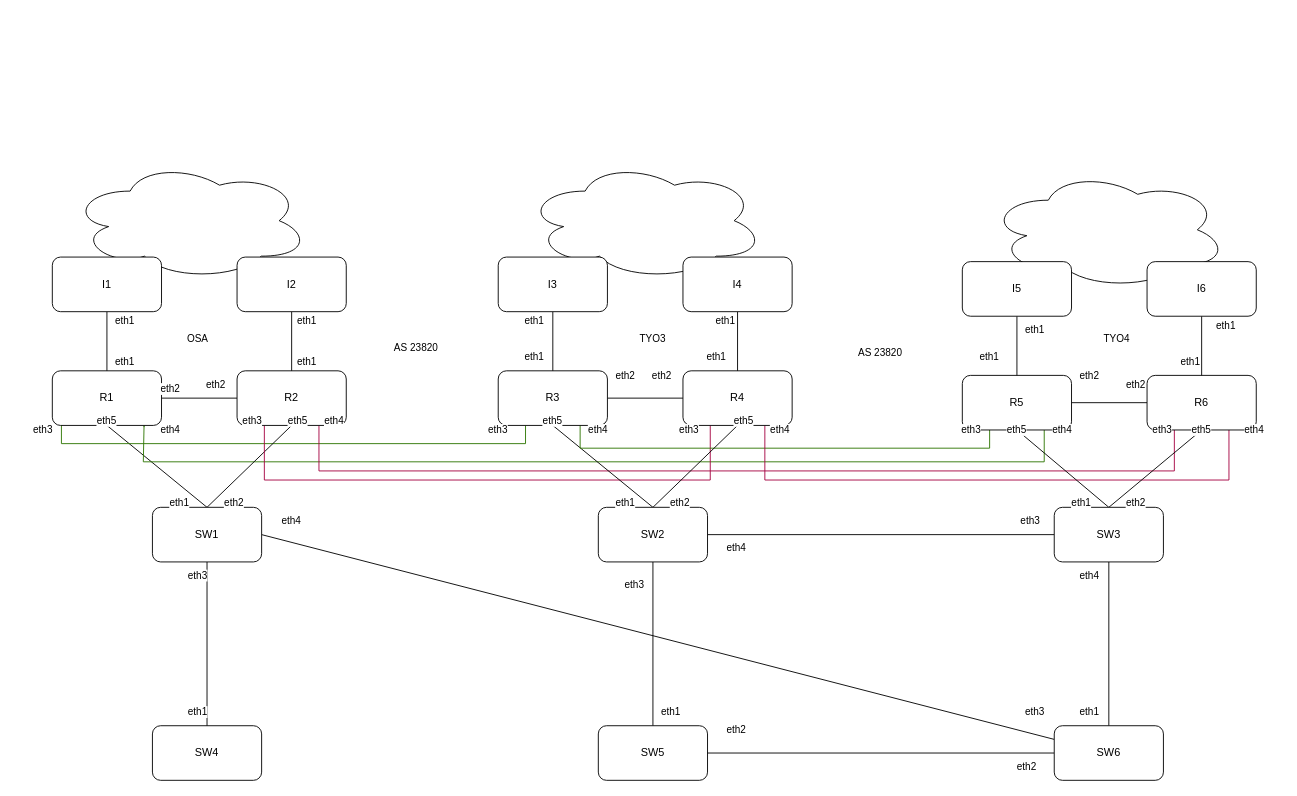
Above: FULL_INTERNET/Diagram.drawio in jiegitrepo/network_container_lab (draw.io), before the change. Source tidied: cells renumbered, new cells numbered last; positions are measured from the earlier drawing's top-left corner, leaving out a move shared by most shapes. Both pictures are drawn from the tidied source at 91%, with x=0, y=0 at pixel (15, 161).
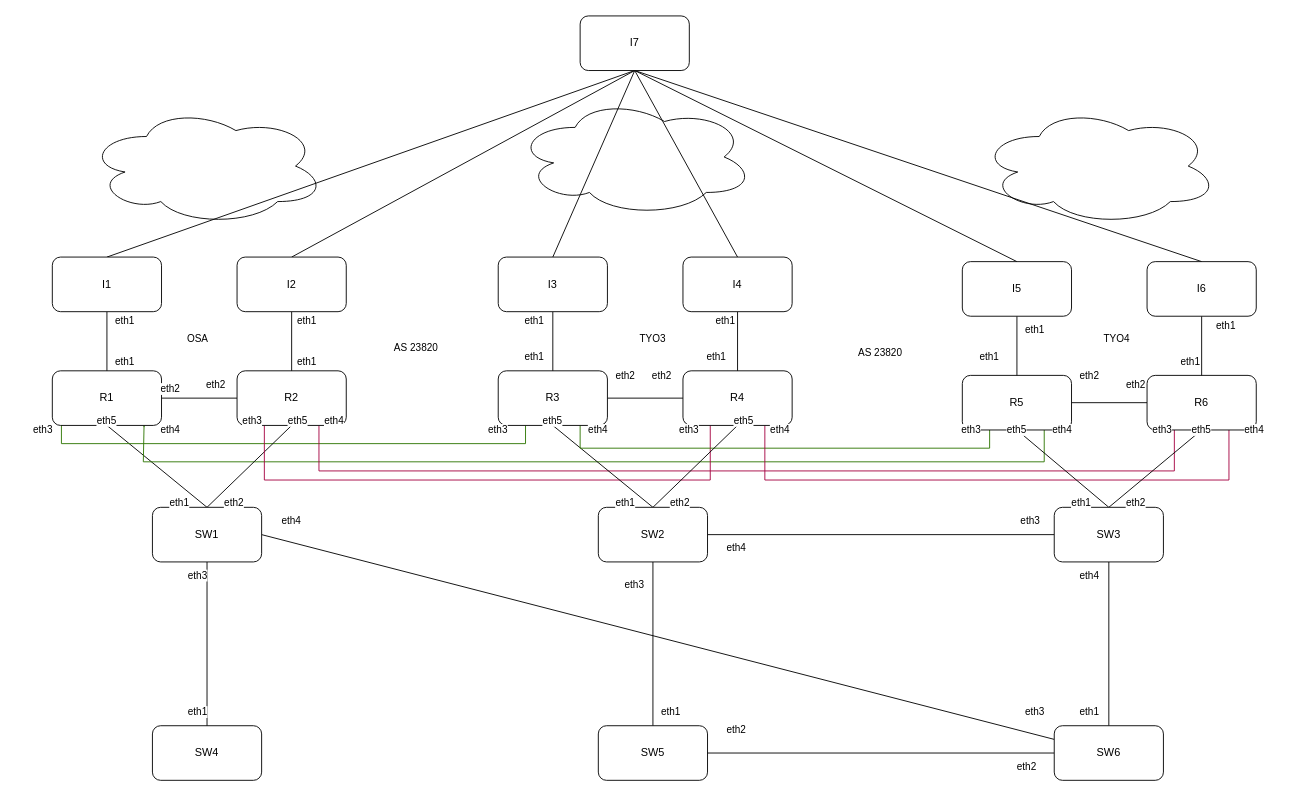
After the change.

The change refers to these unchanged cells:
```xml
<mxCell id="39" value="I1" style="rounded=1;whiteSpace=wrap;html=1;" parent="1" vertex="1">
  <mxGeometry x="40" y="105" width="120" height="60" as="geometry" />
</mxCell>
<mxCell id="41" value="I2" style="rounded=1;whiteSpace=wrap;html=1;" parent="1" vertex="1">
  <mxGeometry x="243" y="105" width="120" height="60" as="geometry" />
</mxCell>
<mxCell id="43" value="I3" style="rounded=1;whiteSpace=wrap;html=1;" parent="1" vertex="1">
  <mxGeometry x="530" y="105" width="120" height="60" as="geometry" />
</mxCell>
<mxCell id="45" value="I4" style="rounded=1;whiteSpace=wrap;html=1;" parent="1" vertex="1">
  <mxGeometry x="733" y="105" width="120" height="60" as="geometry" />
</mxCell>
<mxCell id="47" value="I5" style="rounded=1;whiteSpace=wrap;html=1;" parent="1" vertex="1">
  <mxGeometry x="1040" y="110" width="120" height="60" as="geometry" />
</mxCell>
<mxCell id="49" value="I6" style="rounded=1;whiteSpace=wrap;html=1;" parent="1" vertex="1">
  <mxGeometry x="1243" y="110" width="120" height="60" as="geometry" />
</mxCell>
```

Change to the diagram source:
```diff
@@
     <mxCell id="35" style="ellipse;shape=cloud;whiteSpace=wrap;html=1;" parent="1" vertex="1">
-      <mxGeometry x="60" width="262" height="130" as="geometry" />
+      <mxGeometry x="78" y="-60" width="262" height="130" as="geometry" />
     </mxCell>
     <mxCell id="36" style="ellipse;shape=cloud;whiteSpace=wrap;html=1;" parent="1" vertex="1">
-      <mxGeometry x="560" width="262" height="130" as="geometry" />
+      <mxGeometry x="549" y="-70" width="262" height="130" as="geometry" />
     </mxCell>
     <mxCell id="37" style="ellipse;shape=cloud;whiteSpace=wrap;html=1;" parent="1" vertex="1">
-      <mxGeometry x="1069" y="10" width="262" height="130" as="geometry" />
+      <mxGeometry x="1059" y="-60" width="262" height="130" as="geometry" />
     </mxCell>
@@
+    <mxCell id="109" style="shape=connector;rounded=0;jettySize=auto;html=1;exitX=0.5;exitY=0;exitDx=0;exitDy=0;entryX=0.5;entryY=1;entryDx=0;entryDy=0;strokeColor=default;align=center;verticalAlign=middle;fontFamily=Helvetica;fontSize=11;fontColor=default;labelBackgroundColor=default;endArrow=none;endFill=0;" parent="1" edge="1" source="39" target="115">
+      <mxGeometry relative="1" as="geometry" />
+    </mxCell>
@@
+    <mxCell id="110" style="edgeStyle=none;shape=connector;rounded=0;jettySize=auto;html=1;exitX=0.5;exitY=0;exitDx=0;exitDy=0;strokeColor=default;align=center;verticalAlign=middle;fontFamily=Helvetica;fontSize=11;fontColor=default;labelBackgroundColor=default;endArrow=none;endFill=0;" parent="1" edge="1" source="41">
+      <mxGeometry relative="1" as="geometry">
+        <mxPoint x="680" y="-100" as="targetPoint" />
+      </mxGeometry>
+    </mxCell>
@@
+    <mxCell id="111" style="edgeStyle=none;shape=connector;rounded=0;jettySize=auto;html=1;exitX=0.5;exitY=0;exitDx=0;exitDy=0;strokeColor=default;align=center;verticalAlign=middle;fontFamily=Helvetica;fontSize=11;fontColor=default;labelBackgroundColor=default;endArrow=none;endFill=0;" parent="1" edge="1" source="43">
+      <mxGeometry relative="1" as="geometry">
+        <mxPoint x="680" y="-100" as="targetPoint" />
+      </mxGeometry>
+    </mxCell>
@@
+    <mxCell id="112" style="edgeStyle=none;shape=connector;rounded=0;jettySize=auto;html=1;exitX=0.5;exitY=0;exitDx=0;exitDy=0;strokeColor=default;align=center;verticalAlign=middle;fontFamily=Helvetica;fontSize=11;fontColor=default;labelBackgroundColor=default;endArrow=none;endFill=0;" parent="1" edge="1" source="45">
+      <mxGeometry relative="1" as="geometry">
+        <mxPoint x="680" y="-100" as="targetPoint" />
+      </mxGeometry>
+    </mxCell>
@@
+    <mxCell id="113" style="edgeStyle=none;shape=connector;rounded=0;jettySize=auto;html=1;exitX=0.5;exitY=0;exitDx=0;exitDy=0;strokeColor=default;align=center;verticalAlign=middle;fontFamily=Helvetica;fontSize=11;fontColor=default;labelBackgroundColor=default;endArrow=none;endFill=0;" parent="1" edge="1" source="47">
+      <mxGeometry relative="1" as="geometry">
+        <mxPoint x="680" y="-100" as="targetPoint" />
+      </mxGeometry>
+    </mxCell>
@@
+    <mxCell id="114" style="edgeStyle=none;shape=connector;rounded=0;jettySize=auto;html=1;exitX=0.5;exitY=0;exitDx=0;exitDy=0;entryX=0.5;entryY=1;entryDx=0;entryDy=0;strokeColor=default;align=center;verticalAlign=middle;fontFamily=Helvetica;fontSize=11;fontColor=default;labelBackgroundColor=default;endArrow=none;endFill=0;" parent="1" edge="1" source="49" target="115">
+      <mxGeometry relative="1" as="geometry" />
+    </mxCell>
@@
+    <mxCell id="115" value="I7" style="rounded=1;whiteSpace=wrap;html=1;" parent="1" vertex="1">
+      <mxGeometry x="620" y="-160" width="120" height="60" as="geometry" />
+    </mxCell>
```
